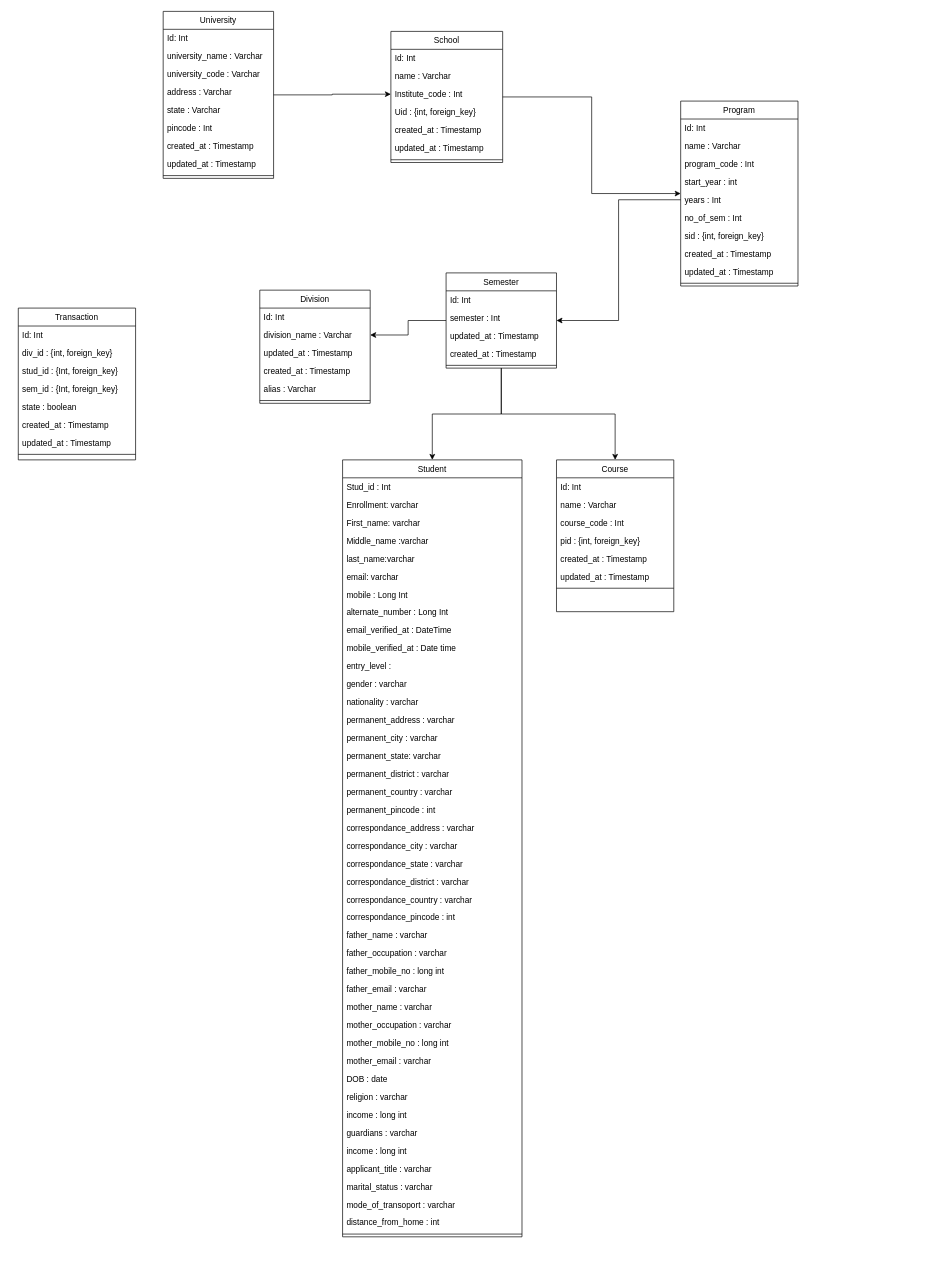
Above: Diagrams/class diagram 2.drawio in Piyush5527/erp-diagram (draw.io), before the change. Source tidied: cells renumbered, new cells numbered last; positions are measured from the earlier drawing's top-left corner, leaving out a move shared by most shapes. Both pictures are drawn from the tidied source at 69%, with x=0, y=0 at pixel (18, 11).
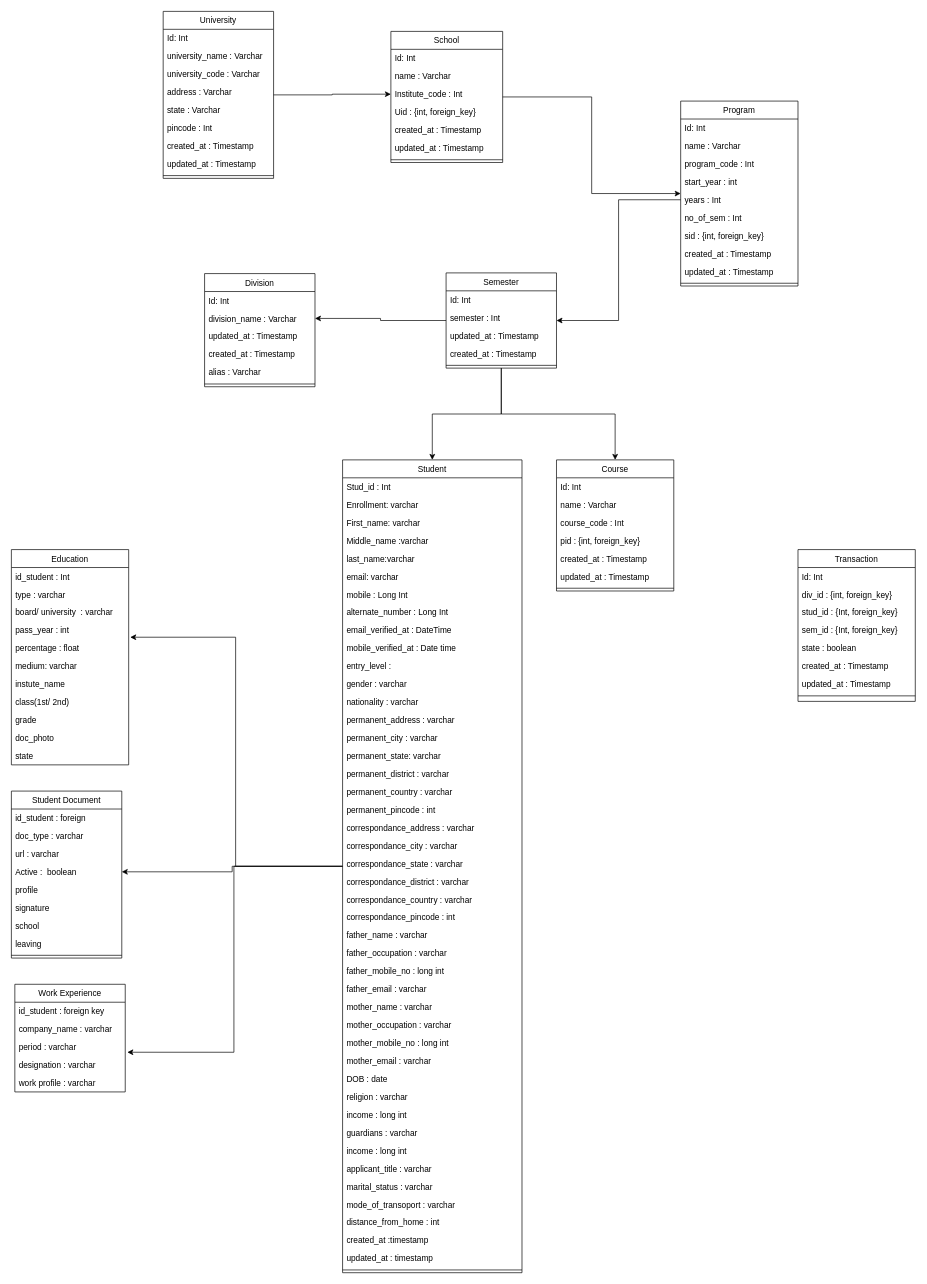
The same diagram, later.

Change to the diagram source:
```diff
@@
     <mxCell id="42" value="Division" style="swimlane;fontStyle=0;align=center;verticalAlign=top;horizontal=1;startSize=26;rounded=0;shadow=0;strokeWidth=1;" parent="1" vertex="1">
-      <mxGeometry x="350" y="404" width="160" height="164" as="geometry" />
+      <mxGeometry x="270" y="380" width="160" height="164" as="geometry" />
     </mxCell>
@@
+    <mxCell id="111" style="edgeStyle=orthogonalEdgeStyle;rounded=0;jettySize=auto;html=1;entryX=1;entryY=0.5;entryDx=0;entryDy=0;" parent="1" edge="1" source="50" target="120">
+      <mxGeometry relative="1" as="geometry" />
+    </mxCell>
+    <mxCell id="112" style="edgeStyle=orthogonalEdgeStyle;rounded=0;jettySize=auto;html=1;entryX=1.019;entryY=-0.212;entryDx=0;entryDy=0;entryPerimeter=0;" parent="1" edge="1" source="50" target="142">
+      <mxGeometry relative="1" as="geometry" />
+    </mxCell>
+    <mxCell id="113" style="edgeStyle=orthogonalEdgeStyle;rounded=0;jettySize=auto;html=1;entryX=1.013;entryY=-0.115;entryDx=0;entryDy=0;entryPerimeter=0;" parent="1" edge="1" source="50" target="131">
+      <mxGeometry relative="1" as="geometry" />
+    </mxCell>
     <mxCell id="50" value="Student" style="swimlane;fontStyle=0;align=center;verticalAlign=top;horizontal=1;startSize=26;rounded=0;shadow=0;strokeWidth=1;" parent="1" vertex="1">
-      <mxGeometry x="470" y="650" width="260" height="1126" as="geometry" />
+      <mxGeometry x="470" y="650" width="260" height="1178" as="geometry" />
     </mxCell>
@@
+    <mxCell id="114" value="created_at :timestamp" style="text;align=left;verticalAlign=top;spacingLeft=4;spacingRight=4;overflow=hidden;rounded=0;shadow=0;html=0;" parent="50" vertex="1">
+      <mxGeometry y="1118" width="260" height="26" as="geometry" />
+    </mxCell>
+    <mxCell id="115" value="updated_at : timestamp" style="text;align=left;verticalAlign=top;spacingLeft=4;spacingRight=4;overflow=hidden;rounded=0;shadow=0;html=0;" parent="50" vertex="1">
+      <mxGeometry y="1144" width="260" height="26" as="geometry" />
+    </mxCell>
     <mxCell id="93" style="line;html=1;strokeWidth=1;align=left;verticalAlign=middle;spacingTop=-1;spacingLeft=3;spacingRight=3;labelPosition=right;" parent="50" vertex="1">
-      <mxGeometry y="1118" width="260" height="8" as="geometry" />
+      <mxGeometry y="1170" width="260" height="8" as="geometry" />
     </mxCell>
     <mxCell id="94" value="Course" style="swimlane;fontStyle=0;align=center;verticalAlign=top;horizontal=1;startSize=26;rounded=0;shadow=0;strokeWidth=1;" parent="1" vertex="1">
-      <mxGeometry x="780" y="650" width="170" height="220" as="geometry" />
+      <mxGeometry x="780" y="650" width="170" height="190" as="geometry" />
     </mxCell>
@@
     <mxCell id="102" value="Transaction" style="swimlane;fontStyle=0;align=center;verticalAlign=top;horizontal=1;startSize=26;rounded=0;shadow=0;strokeWidth=1;" parent="1" vertex="1">
-      <mxGeometry y="430" width="170" height="220" as="geometry" />
+      <mxGeometry x="1130" y="780" width="170" height="220" as="geometry" />
     </mxCell>
@@
+    <mxCell id="116" value="Student Document" style="swimlane;fontStyle=0;align=center;verticalAlign=top;horizontal=1;startSize=26;rounded=0;shadow=0;strokeWidth=1;" parent="1" vertex="1">
+      <mxGeometry x="-10" y="1130" width="160" height="242" as="geometry" />
+    </mxCell>
+    <mxCell id="117" value="id_student : foreign" style="text;align=left;verticalAlign=top;spacingLeft=4;spacingRight=4;overflow=hidden;" parent="116" vertex="1">
+      <mxGeometry y="26" width="160" height="26" as="geometry" />
+    </mxCell>
+    <mxCell id="118" value="doc_type : varchar" style="text;align=left;verticalAlign=top;spacingLeft=4;spacingRight=4;overflow=hidden;rounded=0;shadow=0;html=0;" parent="116" vertex="1">
+      <mxGeometry y="52" width="160" height="26" as="geometry" />
+    </mxCell>
+    <mxCell id="119" value="url : varchar" style="text;align=left;verticalAlign=top;spacingLeft=4;spacingRight=4;overflow=hidden;rounded=0;shadow=0;html=0;" parent="116" vertex="1">
+      <mxGeometry y="78" width="160" height="26" as="geometry" />
+    </mxCell>
+    <mxCell id="120" value="Active :  boolean" style="text;align=left;verticalAlign=top;spacingLeft=4;spacingRight=4;overflow=hidden;points=[[0,0.5],[1,0.5]];portConstraint=eastwest;rounded=0;shadow=0;html=0;" parent="116" vertex="1">
+      <mxGeometry y="104" width="160" height="26" as="geometry" />
+    </mxCell>
+    <mxCell id="121" value="profile" style="text;align=left;verticalAlign=top;spacingLeft=4;spacingRight=4;overflow=hidden;rounded=0;shadow=0;html=0;" parent="116" vertex="1">
+      <mxGeometry y="130" width="160" height="26" as="geometry" />
+    </mxCell>
+    <mxCell id="122" value="signature" style="text;align=left;verticalAlign=top;spacingLeft=4;spacingRight=4;overflow=hidden;rounded=0;shadow=0;html=0;" parent="116" vertex="1">
+      <mxGeometry y="156" width="160" height="26" as="geometry" />
+    </mxCell>
+    <mxCell id="123" value="school" style="text;align=left;verticalAlign=top;spacingLeft=4;spacingRight=4;overflow=hidden;rounded=0;shadow=0;html=0;" parent="116" vertex="1">
+      <mxGeometry y="182" width="160" height="26" as="geometry" />
+    </mxCell>
+    <mxCell id="124" value="leaving" style="text;align=left;verticalAlign=top;spacingLeft=4;spacingRight=4;overflow=hidden;rounded=0;shadow=0;html=0;" parent="116" vertex="1">
+      <mxGeometry y="208" width="160" height="26" as="geometry" />
+    </mxCell>
+    <mxCell id="125" style="line;html=1;strokeWidth=1;align=left;verticalAlign=middle;spacingTop=-1;spacingLeft=3;spacingRight=3;labelPosition=right;" parent="116" vertex="1">
+      <mxGeometry y="234" width="160" height="8" as="geometry" />
+    </mxCell>
+    <mxCell id="126" value="Education" style="swimlane;fontStyle=0;align=center;verticalAlign=top;horizontal=1;startSize=26;rounded=0;shadow=0;strokeWidth=1;" parent="1" vertex="1">
+      <mxGeometry x="-10" y="780" width="170" height="312" as="geometry" />
+    </mxCell>
+    <mxCell id="127" value="id_student : Int" style="text;align=left;verticalAlign=top;spacingLeft=4;spacingRight=4;overflow=hidden;" parent="126" vertex="1">
+      <mxGeometry y="26" width="170" height="26" as="geometry" />
+    </mxCell>
+    <mxCell id="128" value="type : varchar" style="text;align=left;verticalAlign=top;spacingLeft=4;spacingRight=4;overflow=hidden;rounded=0;shadow=0;html=0;" parent="126" vertex="1">
+      <mxGeometry y="52" width="170" height="26" as="geometry" />
+    </mxCell>
+    <mxCell id="129" value="board/ university  : varchar" style="text;align=left;verticalAlign=top;spacingLeft=4;spacingRight=4;overflow=hidden;rounded=0;shadow=0;html=0;" parent="126" vertex="1">
+      <mxGeometry y="78" width="170" height="26" as="geometry" />
+    </mxCell>
+    <mxCell id="130" value="pass_year : int" style="text;align=left;verticalAlign=top;spacingLeft=4;spacingRight=4;overflow=hidden;rounded=0;shadow=0;html=0;" parent="126" vertex="1">
+      <mxGeometry y="104" width="170" height="26" as="geometry" />
+    </mxCell>
+    <mxCell id="131" value="percentage : float" style="text;align=left;verticalAlign=top;spacingLeft=4;spacingRight=4;overflow=hidden;points=[[0,0.5],[1,0.5]];portConstraint=eastwest;rounded=0;shadow=0;html=0;" parent="126" vertex="1">
+      <mxGeometry y="130" width="170" height="26" as="geometry" />
+    </mxCell>
+    <mxCell id="132" value="medium: varchar" style="text;align=left;verticalAlign=top;spacingLeft=4;spacingRight=4;overflow=hidden;rounded=0;shadow=0;html=0;" parent="126" vertex="1">
+      <mxGeometry y="156" width="170" height="26" as="geometry" />
+    </mxCell>
+    <mxCell id="133" value="instute_name" style="text;align=left;verticalAlign=top;spacingLeft=4;spacingRight=4;overflow=hidden;rounded=0;shadow=0;html=0;" parent="126" vertex="1">
+      <mxGeometry y="182" width="170" height="26" as="geometry" />
+    </mxCell>
+    <mxCell id="134" value="class(1st/ 2nd)" style="text;align=left;verticalAlign=top;spacingLeft=4;spacingRight=4;overflow=hidden;rounded=0;shadow=0;html=0;" parent="126" vertex="1">
+      <mxGeometry y="208" width="170" height="26" as="geometry" />
+    </mxCell>
+    <mxCell id="135" value="grade" style="text;align=left;verticalAlign=top;spacingLeft=4;spacingRight=4;overflow=hidden;rounded=0;shadow=0;html=0;" parent="126" vertex="1">
+      <mxGeometry y="234" width="170" height="26" as="geometry" />
+    </mxCell>
+    <mxCell id="136" value="doc_photo" style="text;align=left;verticalAlign=top;spacingLeft=4;spacingRight=4;overflow=hidden;rounded=0;shadow=0;html=0;" parent="126" vertex="1">
+      <mxGeometry y="260" width="170" height="26" as="geometry" />
+    </mxCell>
+    <mxCell id="137" value="state" style="text;align=left;verticalAlign=top;spacingLeft=4;spacingRight=4;overflow=hidden;rounded=0;shadow=0;html=0;" parent="126" vertex="1">
+      <mxGeometry y="286" width="170" height="26" as="geometry" />
+    </mxCell>
+    <mxCell id="138" value="Work Experience" style="swimlane;fontStyle=0;align=center;verticalAlign=top;horizontal=1;startSize=26;rounded=0;shadow=0;strokeWidth=1;" parent="1" vertex="1">
+      <mxGeometry x="-5" y="1410" width="160" height="156" as="geometry" />
+    </mxCell>
+    <mxCell id="139" value="id_student : foreign key" style="text;align=left;verticalAlign=top;spacingLeft=4;spacingRight=4;overflow=hidden;rounded=0;shadow=0;html=0;" parent="138" vertex="1">
+      <mxGeometry y="26" width="160" height="26" as="geometry" />
+    </mxCell>
+    <mxCell id="140" value="company_name : varchar" style="text;align=left;verticalAlign=top;spacingLeft=4;spacingRight=4;overflow=hidden;" parent="138" vertex="1">
+      <mxGeometry y="52" width="160" height="26" as="geometry" />
+    </mxCell>
+    <mxCell id="141" value="period : varchar" style="text;align=left;verticalAlign=top;spacingLeft=4;spacingRight=4;overflow=hidden;rounded=0;shadow=0;html=0;" parent="138" vertex="1">
+      <mxGeometry y="78" width="160" height="26" as="geometry" />
+    </mxCell>
+    <mxCell id="142" value="designation : varchar" style="text;align=left;verticalAlign=top;spacingLeft=4;spacingRight=4;overflow=hidden;points=[[0,0.5],[1,0.5]];portConstraint=eastwest;rounded=0;shadow=0;html=0;" parent="138" vertex="1">
+      <mxGeometry y="104" width="160" height="26" as="geometry" />
+    </mxCell>
+    <mxCell id="143" value="work profile : varchar" style="text;align=left;verticalAlign=top;spacingLeft=4;spacingRight=4;overflow=hidden;rounded=0;shadow=0;html=0;" parent="138" vertex="1">
+      <mxGeometry y="130" width="160" height="26" as="geometry" />
+    </mxCell>
```
